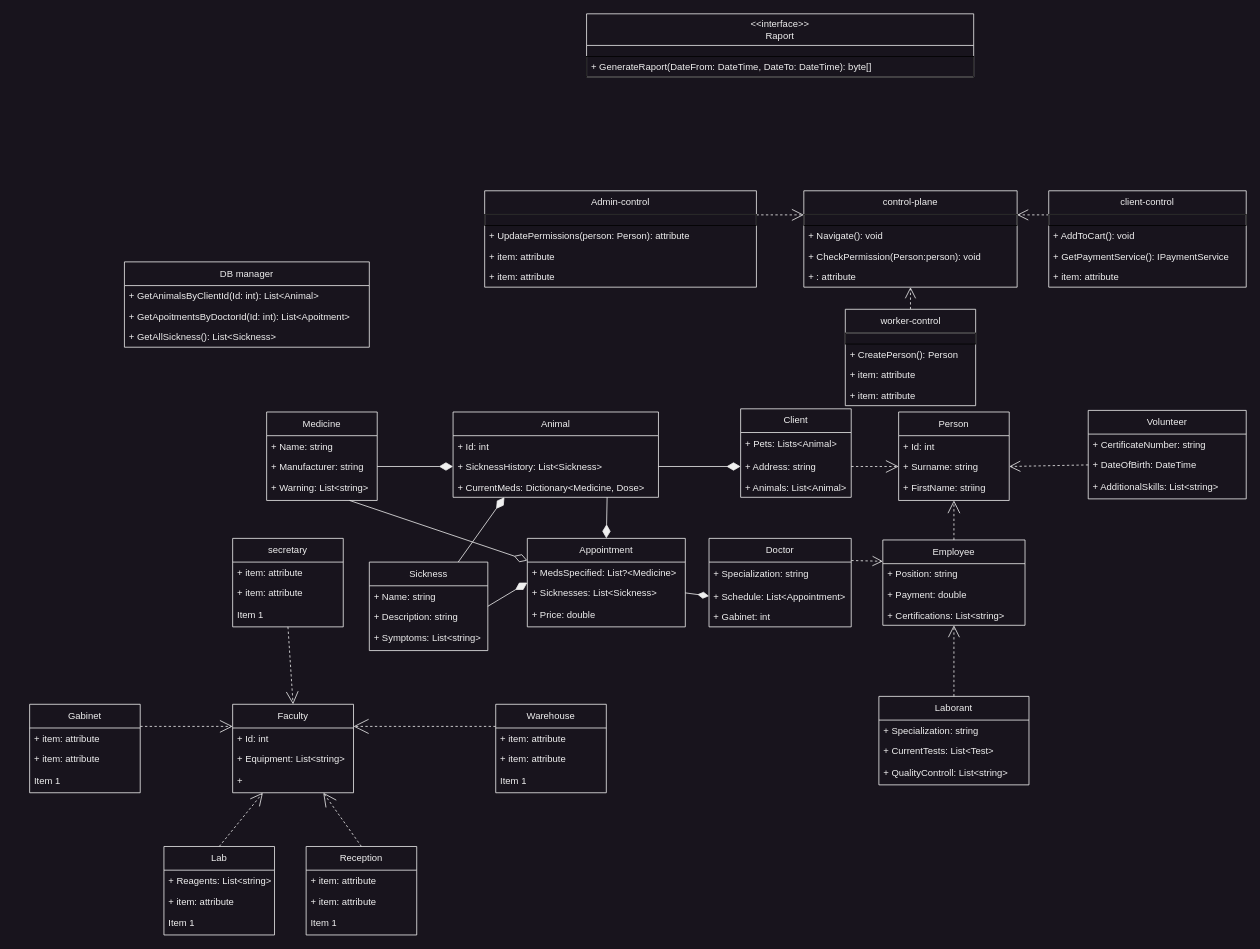
Earlier version of the draw.io diagram diagram.drawio (MarekMichali/vet-clinic). Source tidied: cells renumbered, new cells numbered last; positions are measured from the earlier drawing's top-left corner, leaving out a move shared by most shapes. Both pictures are drawn from the tidied source at 79%, with x=0, y=0 at pixel (29, 13).
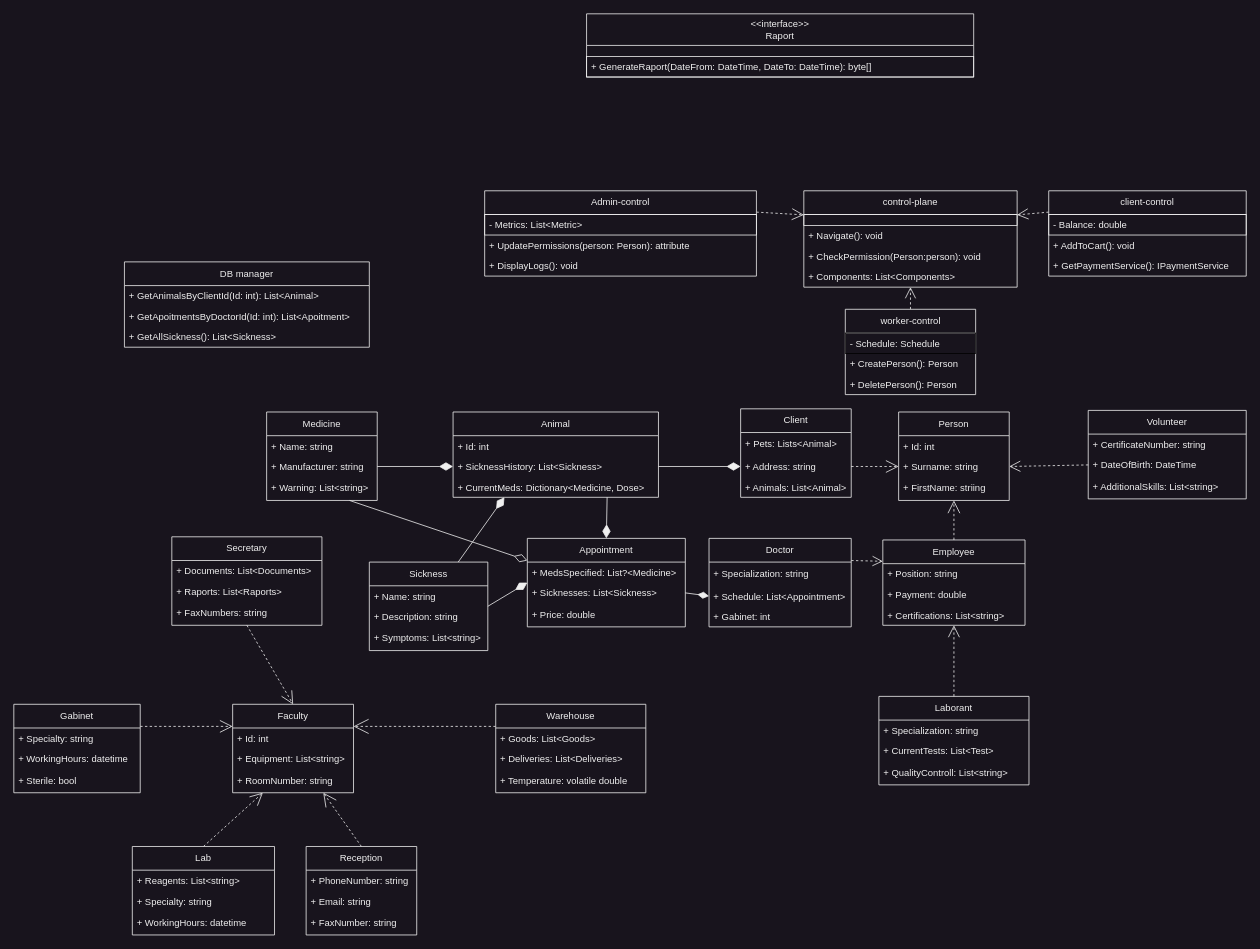
After the change.

Commit message (it also covers changes not shown here):
Update class diagram

Unchanged cells that the change refers to:
```xml
<mxCell id="30" value="Faculty" style="swimlane;fontStyle=0;horizontal=1;startSize=30;whiteSpace=wrap;html=1;fillColor=#18141D;strokeColor=#F0F0F0;fontColor=#F0F0F0;labelBackgroundColor=none;" parent="1" vertex="1">
  <mxGeometry x="257" y="874" width="153" height="112" as="geometry" />
</mxCell>
<mxCell id="40" value="Reception" style="swimlane;fontStyle=0;horizontal=1;startSize=30;whiteSpace=wrap;html=1;fillColor=#18141D;strokeColor=#F0F0F0;fontColor=#F0F0F0;labelBackgroundColor=none;" parent="1" vertex="1">
  <mxGeometry x="350" y="1054" width="140" height="112" as="geometry" />
</mxCell>
<mxCell id="59" value="&amp;lt;&amp;lt;interface&amp;gt;&amp;gt;&lt;br&gt;Raport" style="swimlane;fontStyle=0;horizontal=1;startSize=40;whiteSpace=wrap;html=1;fillColor=#18141D;strokeColor=#F0F0F0;fontColor=#F0F0F0;labelBackgroundColor=none;" parent="1" vertex="1">
  <mxGeometry x="705" width="490" height="80" as="geometry" />
</mxCell>
<mxCell id="84" value="control-plane" style="swimlane;fontStyle=0;horizontal=1;startSize=30;whiteSpace=wrap;html=1;fillColor=#18141D;strokeColor=#F0F0F0;fontColor=#F0F0F0;labelBackgroundColor=none;" parent="1" vertex="1">
  <mxGeometry x="980" y="224" width="270" height="122" as="geometry" />
</mxCell>
```

The edit, as a diff of the source:
```diff
@@
-    <mxCell id="33" value="+&amp;nbsp;" style="text;strokeColor=none;fillColor=none;align=left;verticalAlign=middle;spacingLeft=4;spacingRight=4;overflow=hidden;whiteSpace=wrap;html=1;fontColor=#F0F0F0;labelBackgroundColor=none;" parent="30" vertex="1">
+    <mxCell id="33" value="+ RoomNumber: string" style="text;strokeColor=none;fillColor=none;align=left;verticalAlign=middle;spacingLeft=4;spacingRight=4;overflow=hidden;whiteSpace=wrap;html=1;fontColor=#F0F0F0;labelBackgroundColor=none;" parent="30" vertex="1">
       <mxGeometry y="82" width="153" height="30" as="geometry" />
     </mxCell>
@@
-    <mxCell id="35" value="secretary" style="swimlane;fontStyle=0;horizontal=1;startSize=30;whiteSpace=wrap;html=1;fillColor=#18141D;strokeColor=#F0F0F0;fontColor=#F0F0F0;labelBackgroundColor=none;" parent="1" vertex="1">
-      <mxGeometry x="257" y="664" width="140" height="112" as="geometry" />
+    <mxCell id="35" value="Secretary" style="swimlane;fontStyle=0;horizontal=1;startSize=30;whiteSpace=wrap;html=1;fillColor=#18141D;strokeColor=#F0F0F0;fontColor=#F0F0F0;labelBackgroundColor=none;" parent="1" vertex="1">
+      <mxGeometry x="180" y="662" width="190" height="112" as="geometry" />
     </mxCell>
-    <mxCell id="36" value="+ item: attribute" style="text;strokeColor=none;fillColor=none;align=left;verticalAlign=top;spacingLeft=4;spacingRight=4;overflow=hidden;fontColor=#F0F0F0;labelBackgroundColor=none;" parent="35" vertex="1">
-      <mxGeometry y="30" width="140" height="26" as="geometry" />
+    <mxCell id="36" value="+ Documents: List&lt;Documents&gt;" style="text;strokeColor=none;fillColor=none;align=left;verticalAlign=top;spacingLeft=4;spacingRight=4;overflow=hidden;fontColor=#F0F0F0;labelBackgroundColor=none;" parent="35" vertex="1">
+      <mxGeometry y="30" width="190" height="26" as="geometry" />
     </mxCell>
-    <mxCell id="37" value="+ item: attribute" style="text;strokeColor=none;fillColor=none;align=left;verticalAlign=top;spacingLeft=4;spacingRight=4;overflow=hidden;fontColor=#F0F0F0;labelBackgroundColor=none;" parent="35" vertex="1">
-      <mxGeometry y="56" width="140" height="26" as="geometry" />
+    <mxCell id="37" value="+ Raports: List&lt;Raports&gt;" style="text;strokeColor=none;fillColor=none;align=left;verticalAlign=top;spacingLeft=4;spacingRight=4;overflow=hidden;fontColor=#F0F0F0;labelBackgroundColor=none;" parent="35" vertex="1">
+      <mxGeometry y="56" width="190" height="26" as="geometry" />
     </mxCell>
-    <mxCell id="38" value="Item 1" style="text;strokeColor=none;fillColor=none;align=left;verticalAlign=middle;spacingLeft=4;spacingRight=4;overflow=hidden;whiteSpace=wrap;html=1;fontColor=#F0F0F0;labelBackgroundColor=none;" parent="35" vertex="1">
-      <mxGeometry y="82" width="140" height="30" as="geometry" />
+    <mxCell id="38" value="+ FaxNumbers: string" style="text;strokeColor=none;fillColor=none;align=left;verticalAlign=middle;spacingLeft=4;spacingRight=4;overflow=hidden;whiteSpace=wrap;html=1;fontColor=#F0F0F0;labelBackgroundColor=none;" parent="35" vertex="1">
+      <mxGeometry y="82" width="190" height="30" as="geometry" />
     </mxCell>
@@
-    <mxCell id="41" value="+ item: attribute" style="text;strokeColor=none;fillColor=none;align=left;verticalAlign=top;spacingLeft=4;spacingRight=4;overflow=hidden;fontColor=#F0F0F0;labelBackgroundColor=none;" parent="40" vertex="1">
+    <mxCell id="41" value="+ PhoneNumber: string" style="text;strokeColor=none;fillColor=none;align=left;verticalAlign=top;spacingLeft=4;spacingRight=4;overflow=hidden;fontColor=#F0F0F0;labelBackgroundColor=none;" parent="40" vertex="1">
       <mxGeometry y="30" width="140" height="26" as="geometry" />
     </mxCell>
-    <mxCell id="42" value="+ item: attribute" style="text;strokeColor=none;fillColor=none;align=left;verticalAlign=top;spacingLeft=4;spacingRight=4;overflow=hidden;fontColor=#F0F0F0;labelBackgroundColor=none;" parent="40" vertex="1">
+    <mxCell id="42" value="+ Email: string" style="text;strokeColor=none;fillColor=none;align=left;verticalAlign=top;spacingLeft=4;spacingRight=4;overflow=hidden;fontColor=#F0F0F0;labelBackgroundColor=none;" parent="40" vertex="1">
       <mxGeometry y="56" width="140" height="26" as="geometry" />
     </mxCell>
-    <mxCell id="43" value="Item 1" style="text;strokeColor=none;fillColor=none;align=left;verticalAlign=middle;spacingLeft=4;spacingRight=4;overflow=hidden;whiteSpace=wrap;html=1;fontColor=#F0F0F0;labelBackgroundColor=none;" parent="40" vertex="1">
+    <mxCell id="43" value="+ FaxNumber: string" style="text;strokeColor=none;fillColor=none;align=left;verticalAlign=middle;spacingLeft=4;spacingRight=4;overflow=hidden;whiteSpace=wrap;html=1;fontColor=#F0F0F0;labelBackgroundColor=none;" parent="40" vertex="1">
       <mxGeometry y="82" width="140" height="30" as="geometry" />
     </mxCell>
@@
     <mxCell id="45" value="Lab" style="swimlane;fontStyle=0;horizontal=1;startSize=30;whiteSpace=wrap;html=1;fillColor=#18141D;strokeColor=#F0F0F0;fontColor=#F0F0F0;labelBackgroundColor=none;" parent="1" vertex="1">
-      <mxGeometry x="170" y="1054" width="140" height="112" as="geometry" />
+      <mxGeometry x="130" y="1054" width="180" height="112" as="geometry" />
     </mxCell>
     <mxCell id="46" value="+ Reagents: List&lt;string&gt;" style="text;strokeColor=none;fillColor=none;align=left;verticalAlign=top;spacingLeft=4;spacingRight=4;overflow=hidden;fontColor=#F0F0F0;labelBackgroundColor=none;" parent="45" vertex="1">
-      <mxGeometry y="30" width="140" height="26" as="geometry" />
+      <mxGeometry y="30" width="180" height="26" as="geometry" />
     </mxCell>
-    <mxCell id="47" value="+ item: attribute" style="text;strokeColor=none;fillColor=none;align=left;verticalAlign=top;spacingLeft=4;spacingRight=4;overflow=hidden;fontColor=#F0F0F0;labelBackgroundColor=none;" parent="45" vertex="1">
-      <mxGeometry y="56" width="140" height="26" as="geometry" />
+    <mxCell id="47" value="+ Specialty: string" style="text;strokeColor=none;fillColor=none;align=left;verticalAlign=top;spacingLeft=4;spacingRight=4;overflow=hidden;fontColor=#F0F0F0;labelBackgroundColor=none;" parent="45" vertex="1">
+      <mxGeometry y="56" width="180" height="26" as="geometry" />
     </mxCell>
-    <mxCell id="48" value="Item 1" style="text;strokeColor=none;fillColor=none;align=left;verticalAlign=middle;spacingLeft=4;spacingRight=4;overflow=hidden;whiteSpace=wrap;html=1;fontColor=#F0F0F0;labelBackgroundColor=none;" parent="45" vertex="1">
-      <mxGeometry y="82" width="140" height="30" as="geometry" />
+    <mxCell id="48" value="+&lt;span style=&quot;&quot;&gt;&amp;nbsp;WorkingHours: datetime&lt;/span&gt;" style="text;strokeColor=none;fillColor=none;align=left;verticalAlign=middle;spacingLeft=4;spacingRight=4;overflow=hidden;whiteSpace=wrap;html=1;fontColor=#F0F0F0;labelBackgroundColor=none;" parent="45" vertex="1">
+      <mxGeometry y="82" width="180" height="30" as="geometry" />
     </mxCell>
@@
     <mxCell id="50" value="Warehouse" style="swimlane;fontStyle=0;horizontal=1;startSize=30;whiteSpace=wrap;html=1;fillColor=#18141D;strokeColor=#F0F0F0;fontColor=#F0F0F0;labelBackgroundColor=none;" parent="1" vertex="1">
-      <mxGeometry x="590" y="874" width="140" height="112" as="geometry" />
+      <mxGeometry x="590" y="874" width="190" height="112" as="geometry" />
     </mxCell>
-    <mxCell id="51" value="+ item: attribute" style="text;strokeColor=none;fillColor=none;align=left;verticalAlign=top;spacingLeft=4;spacingRight=4;overflow=hidden;fontColor=#F0F0F0;labelBackgroundColor=none;" parent="50" vertex="1">
-      <mxGeometry y="30" width="140" height="26" as="geometry" />
+    <mxCell id="51" value="+ Goods: List&lt;Goods&gt;" style="text;strokeColor=none;fillColor=none;align=left;verticalAlign=top;spacingLeft=4;spacingRight=4;overflow=hidden;fontColor=#F0F0F0;labelBackgroundColor=none;" parent="50" vertex="1">
+      <mxGeometry y="30" width="190" height="26" as="geometry" />
     </mxCell>
-    <mxCell id="52" value="+ item: attribute" style="text;strokeColor=none;fillColor=none;align=left;verticalAlign=top;spacingLeft=4;spacingRight=4;overflow=hidden;fontColor=#F0F0F0;labelBackgroundColor=none;" parent="50" vertex="1">
-      <mxGeometry y="56" width="140" height="26" as="geometry" />
+    <mxCell id="52" value="+ Deliveries: List&lt;Deliveries&gt;" style="text;strokeColor=none;fillColor=none;align=left;verticalAlign=top;spacingLeft=4;spacingRight=4;overflow=hidden;fontColor=#F0F0F0;labelBackgroundColor=none;" parent="50" vertex="1">
+      <mxGeometry y="56" width="190" height="26" as="geometry" />
     </mxCell>
-    <mxCell id="53" value="Item 1" style="text;strokeColor=none;fillColor=none;align=left;verticalAlign=middle;spacingLeft=4;spacingRight=4;overflow=hidden;whiteSpace=wrap;html=1;fontColor=#F0F0F0;labelBackgroundColor=none;" parent="50" vertex="1">
-      <mxGeometry y="82" width="140" height="30" as="geometry" />
+    <mxCell id="53" value="+ Temperature: volatile double" style="text;strokeColor=none;fillColor=none;align=left;verticalAlign=middle;spacingLeft=4;spacingRight=4;overflow=hidden;whiteSpace=wrap;html=1;fontColor=#F0F0F0;labelBackgroundColor=none;" parent="50" vertex="1">
+      <mxGeometry y="82" width="190" height="30" as="geometry" />
     </mxCell>
@@
     <mxCell id="55" value="Gabinet" style="swimlane;fontStyle=0;horizontal=1;startSize=30;whiteSpace=wrap;html=1;fillColor=#18141D;strokeColor=#F0F0F0;fontColor=#F0F0F0;labelBackgroundColor=none;" parent="1" vertex="1">
-      <mxGeometry y="874" width="140" height="112" as="geometry" />
+      <mxGeometry x="-20" y="874" width="160" height="112" as="geometry" />
     </mxCell>
-    <mxCell id="56" value="+ item: attribute" style="text;strokeColor=none;fillColor=none;align=left;verticalAlign=top;spacingLeft=4;spacingRight=4;overflow=hidden;fontColor=#F0F0F0;labelBackgroundColor=none;" parent="55" vertex="1">
-      <mxGeometry y="30" width="140" height="26" as="geometry" />
+    <mxCell id="56" value="+ Specialty: string" style="text;strokeColor=none;fillColor=none;align=left;verticalAlign=top;spacingLeft=4;spacingRight=4;overflow=hidden;fontColor=#F0F0F0;labelBackgroundColor=none;" parent="55" vertex="1">
+      <mxGeometry y="30" width="160" height="26" as="geometry" />
     </mxCell>
-    <mxCell id="57" value="+ item: attribute" style="text;strokeColor=none;fillColor=none;align=left;verticalAlign=top;spacingLeft=4;spacingRight=4;overflow=hidden;fontColor=#F0F0F0;labelBackgroundColor=none;" parent="55" vertex="1">
-      <mxGeometry y="56" width="140" height="26" as="geometry" />
+    <mxCell id="57" value="+ WorkingHours: datetime" style="text;strokeColor=none;fillColor=none;align=left;verticalAlign=top;spacingLeft=4;spacingRight=4;overflow=hidden;fontColor=#F0F0F0;labelBackgroundColor=none;" parent="55" vertex="1">
+      <mxGeometry y="56" width="160" height="26" as="geometry" />
     </mxCell>
-    <mxCell id="58" value="Item 1" style="text;strokeColor=none;fillColor=none;align=left;verticalAlign=middle;spacingLeft=4;spacingRight=4;overflow=hidden;whiteSpace=wrap;html=1;fontColor=#F0F0F0;labelBackgroundColor=none;" parent="55" vertex="1">
-      <mxGeometry y="82" width="140" height="30" as="geometry" />
+    <mxCell id="58" value="+ Sterile: bool" style="text;strokeColor=none;fillColor=none;align=left;verticalAlign=middle;spacingLeft=4;spacingRight=4;overflow=hidden;whiteSpace=wrap;html=1;fontColor=#F0F0F0;labelBackgroundColor=none;" parent="55" vertex="1">
+      <mxGeometry y="82" width="160" height="30" as="geometry" />
     </mxCell>
@@
-    <mxCell id="60" style="text;strokeColor=none;fillColor=none;align=left;verticalAlign=middle;spacingTop=-1;spacingLeft=4;spacingRight=4;labelPosition=right;" parent="59" vertex="1">
+    <mxCell id="60" style="text;strokeColor=none;fillColor=none;align=left;verticalAlign=middle;spacingTop=-1;spacingLeft=4;spacingRight=4;labelPosition=right;fontColor=#F0F0F0;" parent="59" vertex="1">
       <mxGeometry y="40" width="490" height="14" as="geometry" />
     </mxCell>
-    <mxCell id="61" value="+ GenerateRaport(DateFrom: DateTime, DateTo: DateTime): byte[]  " style="text;strokeColor=default;fillColor=none;align=left;verticalAlign=top;spacingLeft=4;spacingRight=4;overflow=hidden;fontColor=#F0F0F0;labelBackgroundColor=none;" parent="59" vertex="1">
+    <mxCell id="61" value="+ GenerateRaport(DateFrom: DateTime, DateTo: DateTime): byte[]  " style="text;strokeColor=#F0F0F0;fillColor=none;align=left;verticalAlign=top;spacingLeft=4;spacingRight=4;overflow=hidden;fontColor=#F0F0F0;labelBackgroundColor=none;" parent="59" vertex="1">
       <mxGeometry y="54" width="490" height="26" as="geometry" />
     </mxCell>
@@
-    <mxCell id="85" style="text;strokeColor=default;fillColor=none;align=left;verticalAlign=middle;spacingTop=-1;spacingLeft=4;spacingRight=4;labelPosition=right;" parent="84" vertex="1">
+    <mxCell id="85" style="text;strokeColor=#F0F0F0;fillColor=none;align=left;verticalAlign=middle;spacingTop=-1;spacingLeft=4;spacingRight=4;labelPosition=right;fontColor=#F0F0F0;" parent="84" vertex="1">
       <mxGeometry y="30" width="270" height="14" as="geometry" />
     </mxCell>
@@
-    <mxCell id="88" value="+ : attribute" style="text;strokeColor=none;fillColor=none;align=left;verticalAlign=top;spacingLeft=4;spacingRight=4;overflow=hidden;fontColor=#F0F0F0;labelBackgroundColor=none;" parent="84" vertex="1">
+    <mxCell id="88" value="+ Components: List&lt;Components&gt;" style="text;strokeColor=none;fillColor=none;align=left;verticalAlign=top;spacingLeft=4;spacingRight=4;overflow=hidden;fontColor=#F0F0F0;labelBackgroundColor=none;" parent="84" vertex="1">
       <mxGeometry y="96" width="270" height="26" as="geometry" />
     </mxCell>
@@
     <mxCell id="90" value="Admin-control" style="swimlane;fontStyle=0;horizontal=1;startSize=30;whiteSpace=wrap;html=1;fillColor=#18141D;strokeColor=#F0F0F0;fontColor=#F0F0F0;labelBackgroundColor=none;" parent="1" vertex="1">
-      <mxGeometry x="576" y="224" width="344" height="122" as="geometry" />
+      <mxGeometry x="576" y="224" width="344" height="108" as="geometry" />
     </mxCell>
-    <mxCell id="91" style="text;strokeColor=default;fillColor=none;align=left;verticalAlign=middle;spacingTop=-1;spacingLeft=4;spacingRight=4;labelPosition=right;" parent="90" vertex="1">
-      <mxGeometry y="30" width="344" height="14" as="geometry" />
-    </mxCell>
+    <mxCell id="93" value="- Metrics: List&lt;Metric&gt;" style="text;strokeColor=#F0F0F0;fillColor=none;align=left;verticalAlign=top;spacingLeft=4;spacingRight=4;overflow=hidden;fontColor=#F0F0F0;labelBackgroundColor=none;" parent="90" vertex="1">
+      <mxGeometry y="30" width="344" height="26" as="geometry" />
+    </mxCell>
     <mxCell id="92" value="+ UpdatePermissions(person: Person): attribute" style="text;strokeColor=none;fillColor=none;align=left;verticalAlign=top;spacingLeft=4;spacingRight=4;overflow=hidden;fontColor=#F0F0F0;labelBackgroundColor=none;" parent="90" vertex="1">
-      <mxGeometry y="44" width="344" height="26" as="geometry" />
+      <mxGeometry y="56" width="344" height="26" as="geometry" />
     </mxCell>
-    <mxCell id="93" value="+ item: attribute" style="text;strokeColor=none;fillColor=none;align=left;verticalAlign=top;spacingLeft=4;spacingRight=4;overflow=hidden;fontColor=#F0F0F0;labelBackgroundColor=none;" parent="90" vertex="1">
-      <mxGeometry y="70" width="344" height="26" as="geometry" />
-    </mxCell>
-    <mxCell id="94" value="+ item: attribute" style="text;strokeColor=none;fillColor=none;align=left;verticalAlign=top;spacingLeft=4;spacingRight=4;overflow=hidden;fontColor=#F0F0F0;labelBackgroundColor=none;" parent="90" vertex="1">
-      <mxGeometry y="96" width="344" height="26" as="geometry" />
+    <mxCell id="94" value="+ DisplayLogs(): void" style="text;strokeColor=none;fillColor=none;align=left;verticalAlign=top;spacingLeft=4;spacingRight=4;overflow=hidden;fontColor=#F0F0F0;labelBackgroundColor=none;" parent="90" vertex="1">
+      <mxGeometry y="82" width="344" height="26" as="geometry" />
     </mxCell>
@@
     <mxCell id="96" value="worker-control" style="swimlane;fontStyle=0;horizontal=1;startSize=30;whiteSpace=wrap;html=1;fillColor=#18141D;strokeColor=#F0F0F0;fontColor=#F0F0F0;labelBackgroundColor=none;" parent="1" vertex="1">
-      <mxGeometry x="1032.5" y="374" width="165" height="122" as="geometry" />
+      <mxGeometry x="1032.5" y="374" width="165" height="108" as="geometry" />
     </mxCell>
-    <mxCell id="97" style="text;strokeColor=default;fillColor=none;align=left;verticalAlign=middle;spacingTop=-1;spacingLeft=4;spacingRight=4;labelPosition=right;" parent="96" vertex="1">
-      <mxGeometry y="30" width="165" height="14" as="geometry" />
-    </mxCell>
+    <mxCell id="100" value="- Schedule: Schedule" style="text;strokeColor=default;fillColor=none;align=left;verticalAlign=top;spacingLeft=4;spacingRight=4;overflow=hidden;fontColor=#F0F0F0;labelBackgroundColor=none;" parent="96" vertex="1">
+      <mxGeometry y="30" width="165" height="26" as="geometry" />
+    </mxCell>
     <mxCell id="98" value="+ CreatePerson(): Person " style="text;strokeColor=none;fillColor=none;align=left;verticalAlign=top;spacingLeft=4;spacingRight=4;overflow=hidden;fontColor=#F0F0F0;labelBackgroundColor=none;" parent="96" vertex="1">
-      <mxGeometry y="44" width="165" height="26" as="geometry" />
+      <mxGeometry y="56" width="165" height="26" as="geometry" />
     </mxCell>
-    <mxCell id="99" value="+ item: attribute" style="text;strokeColor=none;fillColor=none;align=left;verticalAlign=top;spacingLeft=4;spacingRight=4;overflow=hidden;fontColor=#F0F0F0;labelBackgroundColor=none;" parent="96" vertex="1">
-      <mxGeometry y="70" width="165" height="26" as="geometry" />
+    <mxCell id="99" value="+ DeletePerson(): Person" style="text;strokeColor=none;fillColor=none;align=left;verticalAlign=top;spacingLeft=4;spacingRight=4;overflow=hidden;fontColor=#F0F0F0;labelBackgroundColor=none;" parent="96" vertex="1">
+      <mxGeometry y="82" width="165" height="26" as="geometry" />
     </mxCell>
-    <mxCell id="100" value="+ item: attribute" style="text;strokeColor=none;fillColor=none;align=left;verticalAlign=top;spacingLeft=4;spacingRight=4;overflow=hidden;fontColor=#F0F0F0;labelBackgroundColor=none;" parent="96" vertex="1">
-      <mxGeometry y="96" width="165" height="26" as="geometry" />
-    </mxCell>
@@
     <mxCell id="102" value="client-control" style="swimlane;fontStyle=0;horizontal=1;startSize=30;whiteSpace=wrap;html=1;fillColor=#18141D;strokeColor=#F0F0F0;fontColor=#F0F0F0;labelBackgroundColor=none;" parent="1" vertex="1">
-      <mxGeometry x="1290" y="224" width="250" height="122" as="geometry" />
+      <mxGeometry x="1290" y="224" width="250" height="108" as="geometry" />
     </mxCell>
-    <mxCell id="103" style="text;strokeColor=default;fillColor=none;align=left;verticalAlign=middle;spacingTop=-1;spacingLeft=4;spacingRight=4;labelPosition=right;" parent="102" vertex="1">
-      <mxGeometry y="30" width="250" height="14" as="geometry" />
-    </mxCell>
+    <mxCell id="106" value="- Balance: double" style="text;strokeColor=#F0F0F0;fillColor=none;align=left;verticalAlign=top;spacingLeft=4;spacingRight=4;overflow=hidden;fontColor=#F0F0F0;labelBackgroundColor=none;" parent="102" vertex="1">
+      <mxGeometry y="30" width="250" height="26" as="geometry" />
+    </mxCell>
     <mxCell id="104" value="+ AddToCart(): void" style="text;strokeColor=none;fillColor=none;align=left;verticalAlign=top;spacingLeft=4;spacingRight=4;overflow=hidden;fontColor=#F0F0F0;labelBackgroundColor=none;" parent="102" vertex="1">
-      <mxGeometry y="44" width="250" height="26" as="geometry" />
+      <mxGeometry y="56" width="250" height="26" as="geometry" />
     </mxCell>
     <mxCell id="105" value="+ GetPaymentService(): IPaymentService" style="text;strokeColor=none;fillColor=none;align=left;verticalAlign=top;spacingLeft=4;spacingRight=4;overflow=hidden;fontColor=#F0F0F0;labelBackgroundColor=none;" parent="102" vertex="1">
-      <mxGeometry y="70" width="250" height="26" as="geometry" />
+      <mxGeometry y="82" width="250" height="26" as="geometry" />
     </mxCell>
-    <mxCell id="106" value="+ item: attribute" style="text;strokeColor=none;fillColor=none;align=left;verticalAlign=top;spacingLeft=4;spacingRight=4;overflow=hidden;fontColor=#F0F0F0;labelBackgroundColor=none;" parent="102" vertex="1">
-      <mxGeometry y="96" width="250" height="26" as="geometry" />
-    </mxCell>
```
